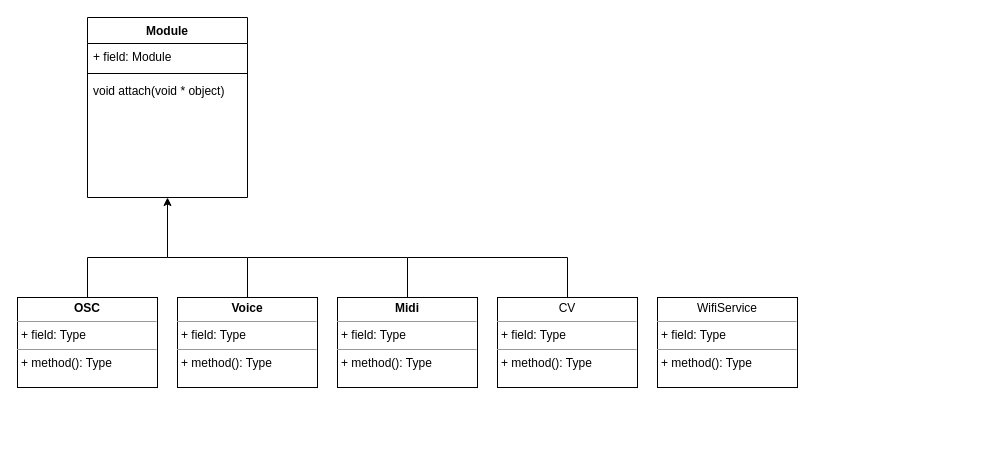
estherDow/sequenceAll keeps this draw.io diagram as Untitled Diagram.drawio. Above is the earlier version. Source tidied: cells renumbered, new cells numbered last; positions are measured from the earlier drawing's top-left corner, leaving out a move shared by most shapes. Both pictures are drawn from the tidied source at 100%, with x=0, y=0 at pixel (17, 17).
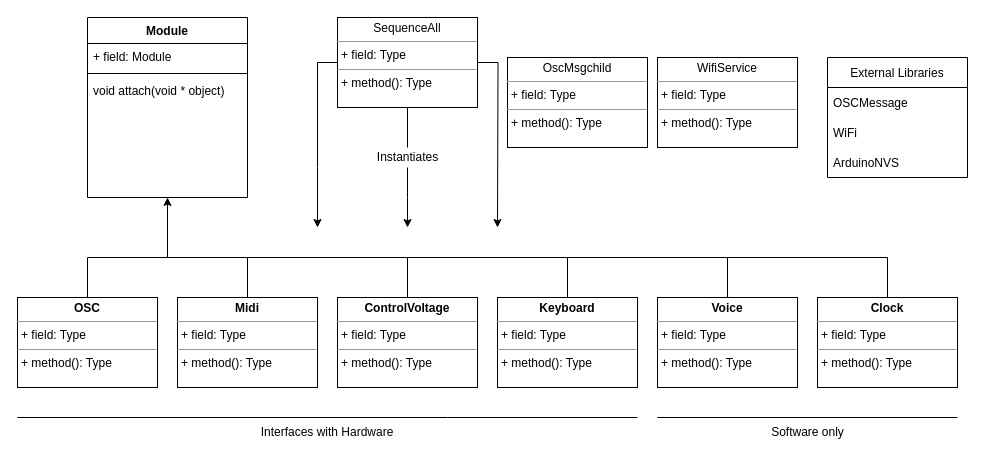
The same page after the edit.

Change to the diagram source:
```diff
@@
     <mxCell id="12" value="&lt;p style=&quot;margin: 0px ; margin-top: 4px ; text-align: center&quot;&gt;&lt;b&gt;Voice&lt;/b&gt;&lt;/p&gt;&lt;hr size=&quot;1&quot;&gt;&lt;p style=&quot;margin: 0px ; margin-left: 4px&quot;&gt;+ field: Type&lt;/p&gt;&lt;hr size=&quot;1&quot;&gt;&lt;p style=&quot;margin: 0px ; margin-left: 4px&quot;&gt;+ method(): Type&lt;/p&gt;" style="verticalAlign=top;align=left;overflow=fill;fontSize=12;fontFamily=Helvetica;html=1;" parent="1" vertex="1">
-      <mxGeometry x="160" y="280" width="140" height="90" as="geometry" />
+      <mxGeometry x="640" y="280" width="140" height="90" as="geometry" />
     </mxCell>
     <mxCell id="13" value="&lt;p style=&quot;margin: 0px ; margin-top: 4px ; text-align: center&quot;&gt;&lt;b&gt;Midi&lt;/b&gt;&lt;/p&gt;&lt;hr size=&quot;1&quot;&gt;&lt;p style=&quot;margin: 0px ; margin-left: 4px&quot;&gt;+ field: Type&lt;/p&gt;&lt;hr size=&quot;1&quot;&gt;&lt;p style=&quot;margin: 0px ; margin-left: 4px&quot;&gt;+ method(): Type&lt;/p&gt;" style="verticalAlign=top;align=left;overflow=fill;fontSize=12;fontFamily=Helvetica;html=1;" parent="1" vertex="1">
-      <mxGeometry x="320" y="280" width="140" height="90" as="geometry" />
+      <mxGeometry x="160" y="280" width="140" height="90" as="geometry" />
     </mxCell>
-    <mxCell id="14" value="&lt;p style=&quot;margin: 0px ; margin-top: 4px ; text-align: center&quot;&gt;CV&lt;/p&gt;&lt;hr size=&quot;1&quot;&gt;&lt;p style=&quot;margin: 0px ; margin-left: 4px&quot;&gt;+ field: Type&lt;/p&gt;&lt;hr size=&quot;1&quot;&gt;&lt;p style=&quot;margin: 0px ; margin-left: 4px&quot;&gt;+ method(): Type&lt;/p&gt;" style="verticalAlign=top;align=left;overflow=fill;fontSize=12;fontFamily=Helvetica;html=1;" parent="1" vertex="1">
-      <mxGeometry x="480" y="280" width="140" height="90" as="geometry" />
+    <mxCell id="14" value="&lt;p style=&quot;margin: 0px ; margin-top: 4px ; text-align: center&quot;&gt;&lt;b&gt;ControlVoltage&lt;/b&gt;&lt;br&gt;&lt;/p&gt;&lt;hr size=&quot;1&quot;&gt;&lt;p style=&quot;margin: 0px ; margin-left: 4px&quot;&gt;+ field: Type&lt;/p&gt;&lt;hr size=&quot;1&quot;&gt;&lt;p style=&quot;margin: 0px ; margin-left: 4px&quot;&gt;+ method(): Type&lt;/p&gt;" style="verticalAlign=top;align=left;overflow=fill;fontSize=12;fontFamily=Helvetica;html=1;" parent="1" vertex="1">
+      <mxGeometry x="320" y="280" width="140" height="90" as="geometry" />
     </mxCell>
     <mxCell id="15" value="&lt;p style=&quot;margin: 0px ; margin-top: 4px ; text-align: center&quot;&gt;WifiService&lt;/p&gt;&lt;hr size=&quot;1&quot;&gt;&lt;p style=&quot;margin: 0px ; margin-left: 4px&quot;&gt;+ field: Type&lt;/p&gt;&lt;hr size=&quot;1&quot;&gt;&lt;p style=&quot;margin: 0px ; margin-left: 4px&quot;&gt;+ method(): Type&lt;/p&gt;" style="verticalAlign=top;align=left;overflow=fill;fontSize=12;fontFamily=Helvetica;html=1;" parent="1" vertex="1">
-      <mxGeometry x="640" y="280" width="140" height="90" as="geometry" />
+      <mxGeometry x="640" y="40" width="140" height="90" as="geometry" />
     </mxCell>
+    <mxCell id="16" value="&lt;p style=&quot;margin: 0px ; margin-top: 4px ; text-align: center&quot;&gt;&lt;b&gt;Clock&lt;/b&gt;&lt;br&gt;&lt;/p&gt;&lt;hr size=&quot;1&quot;&gt;&lt;p style=&quot;margin: 0px ; margin-left: 4px&quot;&gt;+ field: Type&lt;/p&gt;&lt;hr size=&quot;1&quot;&gt;&lt;p style=&quot;margin: 0px ; margin-left: 4px&quot;&gt;+ method(): Type&lt;/p&gt;" style="verticalAlign=top;align=left;overflow=fill;fontSize=12;fontFamily=Helvetica;html=1;" parent="1" vertex="1">
+      <mxGeometry x="800" y="280" width="140" height="90" as="geometry" />
+    </mxCell>
+    <mxCell id="17" style="endArrow=none;html=1;rounded=0;" parent="1" edge="1">
+      <mxGeometry relative="1" as="geometry">
+        <mxPoint x="710" y="280" as="sourcePoint" />
+        <mxPoint x="550" y="240" as="targetPoint" />
+        <Array as="points">
+          <mxPoint x="710" y="240" />
+        </Array>
+      </mxGeometry>
+    </mxCell>
+    <mxCell id="18" style="edgeStyle=orthogonalEdgeStyle;rounded=0;jettySize=auto;html=1;startArrow=none;" parent="1" edge="1" source="22">
+      <mxGeometry relative="1" as="geometry">
+        <mxPoint x="390" y="210" as="targetPoint" />
+      </mxGeometry>
+    </mxCell>
+    <mxCell id="19" style="edgeStyle=orthogonalEdgeStyle;rounded=0;jettySize=auto;html=1;" parent="1" edge="1" source="21">
+      <mxGeometry relative="1" as="geometry">
+        <mxPoint x="300" y="210" as="targetPoint" />
+      </mxGeometry>
+    </mxCell>
+    <mxCell id="20" style="edgeStyle=orthogonalEdgeStyle;rounded=0;jettySize=auto;html=1;" parent="1" edge="1" source="21">
+      <mxGeometry relative="1" as="geometry">
+        <mxPoint x="480" y="210" as="targetPoint" />
+      </mxGeometry>
+    </mxCell>
+    <mxCell id="21" value="&lt;p style=&quot;margin: 0px ; margin-top: 4px ; text-align: center&quot;&gt;SequenceAll&lt;/p&gt;&lt;hr size=&quot;1&quot;&gt;&lt;p style=&quot;margin: 0px ; margin-left: 4px&quot;&gt;+ field: Type&lt;/p&gt;&lt;hr size=&quot;1&quot;&gt;&lt;p style=&quot;margin: 0px ; margin-left: 4px&quot;&gt;+ method(): Type&lt;/p&gt;" style="verticalAlign=top;align=left;overflow=fill;fontSize=12;fontFamily=Helvetica;html=1;" parent="1" vertex="1">
+      <mxGeometry x="320" width="140" height="90" as="geometry" />
+    </mxCell>
+    <mxCell id="22" value="Instantiates" style="text;html=1;align=center;verticalAlign=middle;points=[];strokeColor=none;fillColor=none;" parent="1" vertex="1">
+      <mxGeometry x="350" y="130" width="80" height="20" as="geometry" />
+    </mxCell>
+    <mxCell id="23" style="edgeStyle=orthogonalEdgeStyle;rounded=0;jettySize=auto;html=1;endArrow=none;" parent="1" edge="1" source="21" target="22">
+      <mxGeometry relative="1" as="geometry" />
+    </mxCell>
+    <mxCell id="24" value="&lt;p style=&quot;margin: 0px ; margin-top: 4px ; text-align: center&quot;&gt;&lt;b&gt;Keyboard&lt;/b&gt;&lt;/p&gt;&lt;hr size=&quot;1&quot;&gt;&lt;p style=&quot;margin: 0px ; margin-left: 4px&quot;&gt;+ field: Type&lt;/p&gt;&lt;hr size=&quot;1&quot;&gt;&lt;p style=&quot;margin: 0px ; margin-left: 4px&quot;&gt;+ method(): Type&lt;/p&gt;" style="verticalAlign=top;align=left;overflow=fill;fontSize=12;fontFamily=Helvetica;html=1;" parent="1" vertex="1">
+      <mxGeometry x="480" y="280" width="140" height="90" as="geometry" />
+    </mxCell>
+    <mxCell id="25" style="endArrow=none;html=1;rounded=0;" parent="1" edge="1">
+      <mxGeometry relative="1" as="geometry">
+        <mxPoint x="870" y="280" as="sourcePoint" />
+        <mxPoint x="710" y="240" as="targetPoint" />
+        <Array as="points">
+          <mxPoint x="870" y="240" />
+        </Array>
+      </mxGeometry>
+    </mxCell>
+    <mxCell id="26" style="endArrow=none;html=1;rounded=0;" parent="1" edge="1">
+      <mxGeometry relative="1" as="geometry">
+        <mxPoint y="400" as="sourcePoint" />
+        <mxPoint x="620" y="400" as="targetPoint" />
+        <Array as="points">
+          <mxPoint x="430" y="400" />
+        </Array>
+      </mxGeometry>
+    </mxCell>
+    <mxCell id="27" style="endArrow=none;html=1;rounded=0;" parent="1" edge="1">
+      <mxGeometry relative="1" as="geometry">
+        <mxPoint x="640" y="400" as="sourcePoint" />
+        <mxPoint x="940" y="400" as="targetPoint" />
+      </mxGeometry>
+    </mxCell>
+    <mxCell id="28" value="Interfaces with Hardware" style="text;html=1;strokeColor=none;fillColor=none;align=center;verticalAlign=middle;whiteSpace=wrap;rounded=0;" parent="1" vertex="1">
+      <mxGeometry x="230" y="400" width="160" height="30" as="geometry" />
+    </mxCell>
+    <mxCell id="29" value="Software only" style="text;html=1;align=center;verticalAlign=middle;strokeColor=none;fillColor=none;" parent="1" vertex="1">
+      <mxGeometry x="745" y="405" width="90" height="20" as="geometry" />
+    </mxCell>
+    <mxCell id="30" value="External Libraries" style="swimlane;fontStyle=0;horizontal=1;startSize=30;" parent="1" vertex="1">
+      <mxGeometry x="810" y="40" width="140" height="120" as="geometry" />
+    </mxCell>
+    <mxCell id="31" value="OSCMessage" style="text;strokeColor=none;fillColor=none;align=left;verticalAlign=middle;spacingLeft=4;spacingRight=4;overflow=hidden;" parent="30" vertex="1">
+      <mxGeometry y="30" width="140" height="30" as="geometry" />
+    </mxCell>
+    <mxCell id="32" value="WiFi" style="text;strokeColor=none;fillColor=none;align=left;verticalAlign=middle;spacingLeft=4;spacingRight=4;overflow=hidden;" parent="30" vertex="1">
+      <mxGeometry y="60" width="140" height="30" as="geometry" />
+    </mxCell>
+    <mxCell id="33" value="ArduinoNVS" style="text;strokeColor=none;fillColor=none;align=left;verticalAlign=middle;spacingLeft=4;spacingRight=4;overflow=hidden;" parent="30" vertex="1">
+      <mxGeometry y="90" width="140" height="30" as="geometry" />
+    </mxCell>
+    <mxCell id="34" value="&lt;p style=&quot;margin: 0px ; margin-top: 4px ; text-align: center&quot;&gt;OscMsgchild&lt;br&gt;&lt;/p&gt;&lt;hr size=&quot;1&quot;&gt;&lt;p style=&quot;margin: 0px ; margin-left: 4px&quot;&gt;+ field: Type&lt;/p&gt;&lt;hr size=&quot;1&quot;&gt;&lt;p style=&quot;margin: 0px ; margin-left: 4px&quot;&gt;+ method(): Type&lt;/p&gt;" style="verticalAlign=top;align=left;overflow=fill;fontSize=12;fontFamily=Helvetica;html=1;" parent="1" vertex="1">
+      <mxGeometry x="490" y="40" width="140" height="90" as="geometry" />
+    </mxCell>
```
